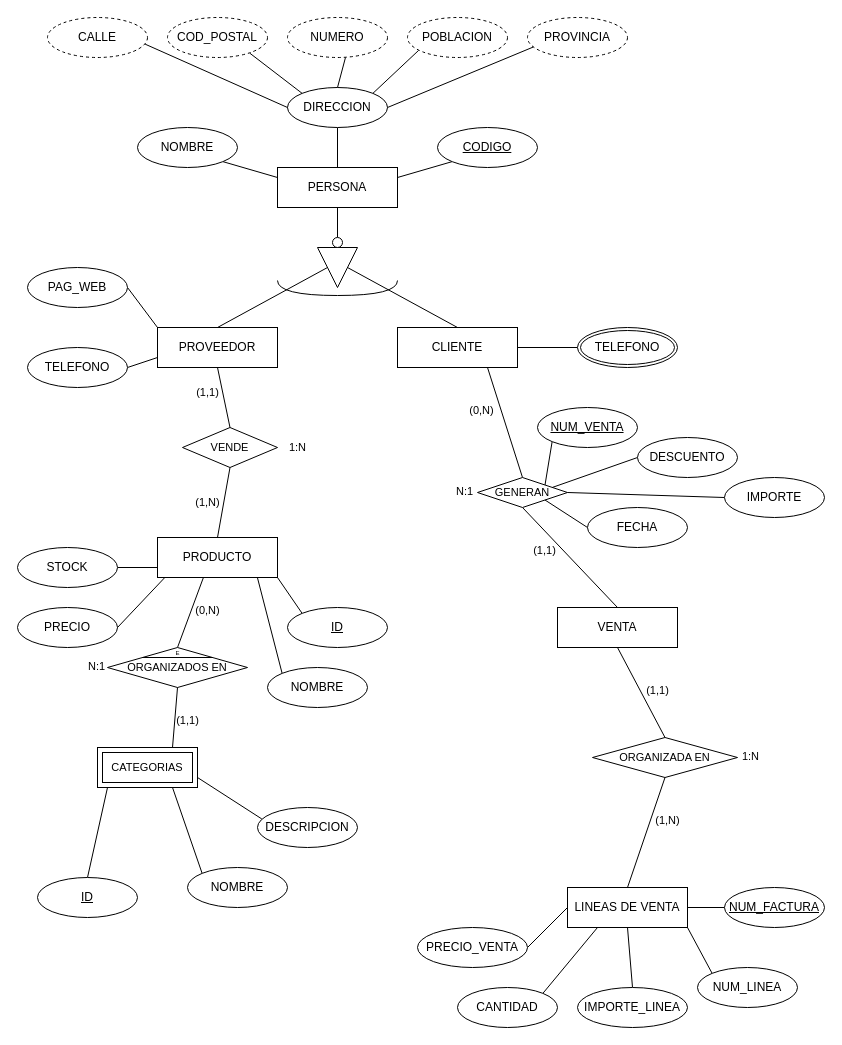
The draw.io diagram page "gestion-de-ventas" (6 of 9) of bases-datos/diagrams.drawio in igardiet/dam, before the edit. Source tidied: cells renumbered, new cells numbered last; positions are measured from the earlier drawing's top-left corner, leaving out a move shared by most shapes. Both pictures are drawn from the tidied source at 100%, with x=0, y=0 at pixel (17, 17).
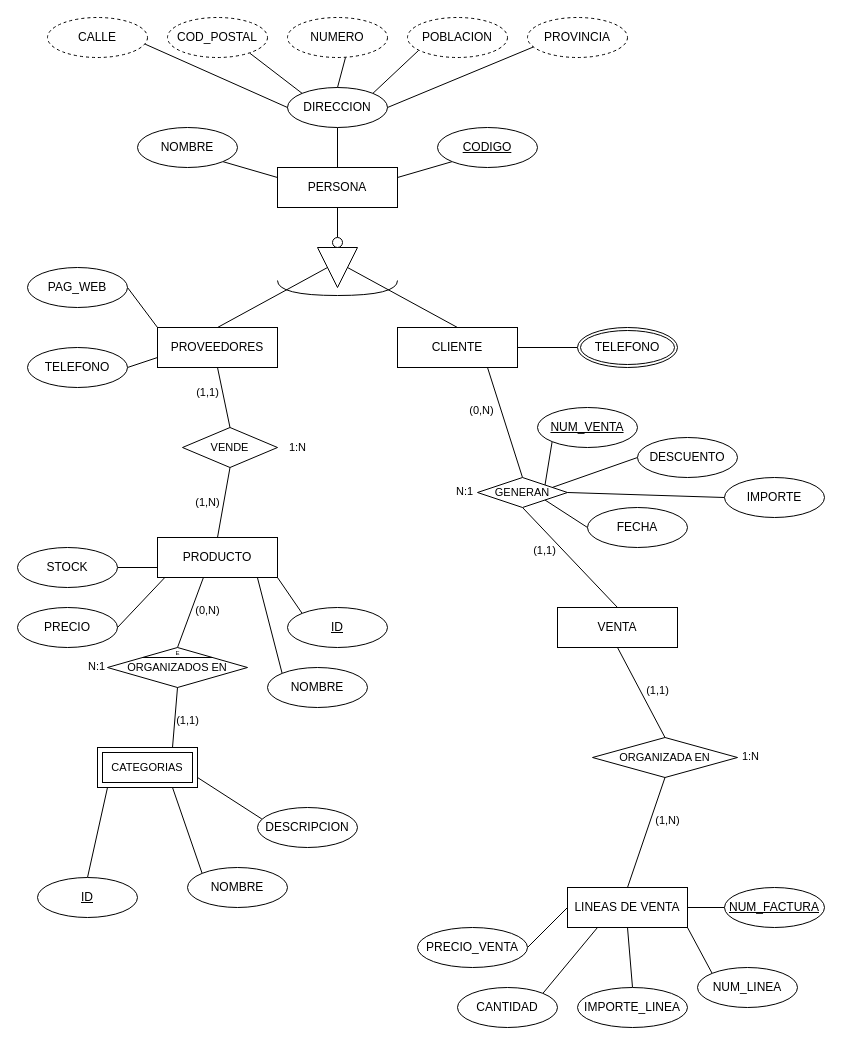
The same diagram, later.

The edit, as a diff of the source:
```diff
@@
-    <mxCell id="9" value="PROVEEDOR" style="whiteSpace=wrap;html=1;align=center;" parent="1" vertex="1">
+    <mxCell id="9" value="PROVEEDORES" style="whiteSpace=wrap;html=1;align=center;" parent="1" vertex="1">
       <mxGeometry x="140" y="310" width="120" height="40" as="geometry" />
     </mxCell>
```
